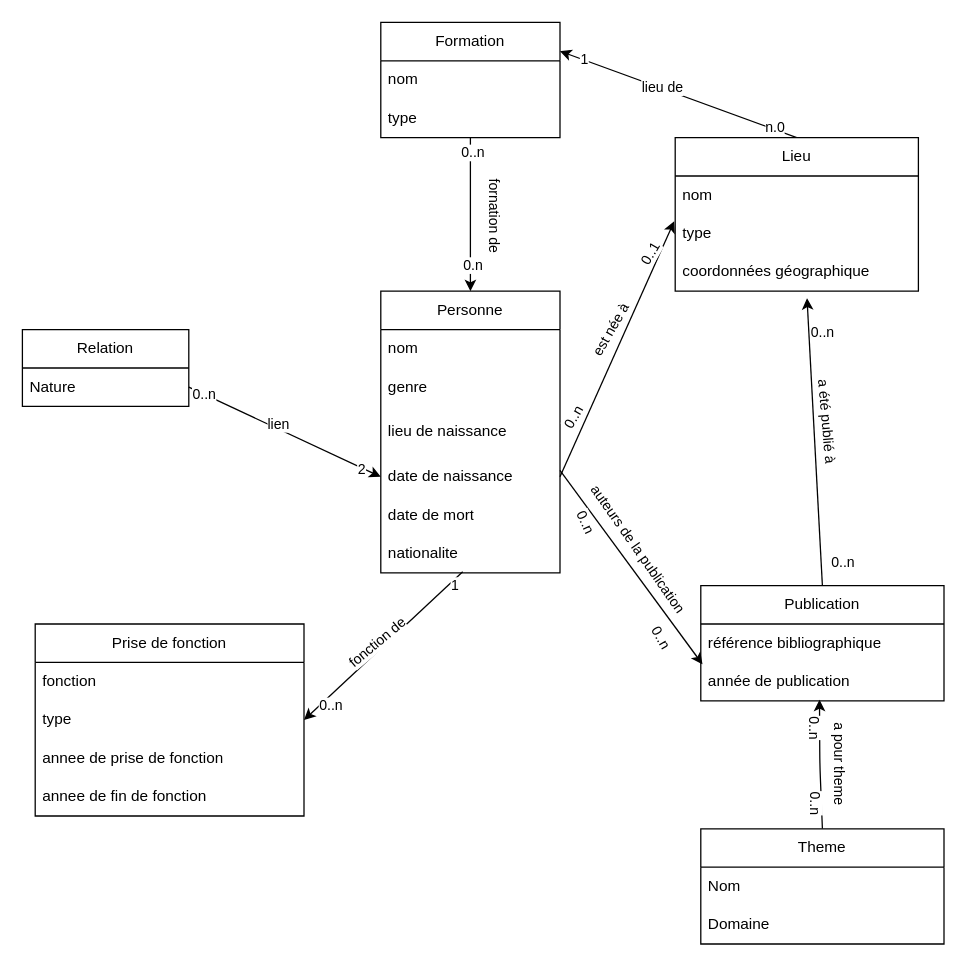
The draw.io diagram archivist.drawio in mroylem/archivist, before the edit. Source tidied: cells renumbered, new cells numbered last; positions are measured from the earlier drawing's top-left corner, leaving out a move shared by most shapes. Both pictures are drawn from the tidied source at 128%, with x=0, y=0 at pixel (22, 22).
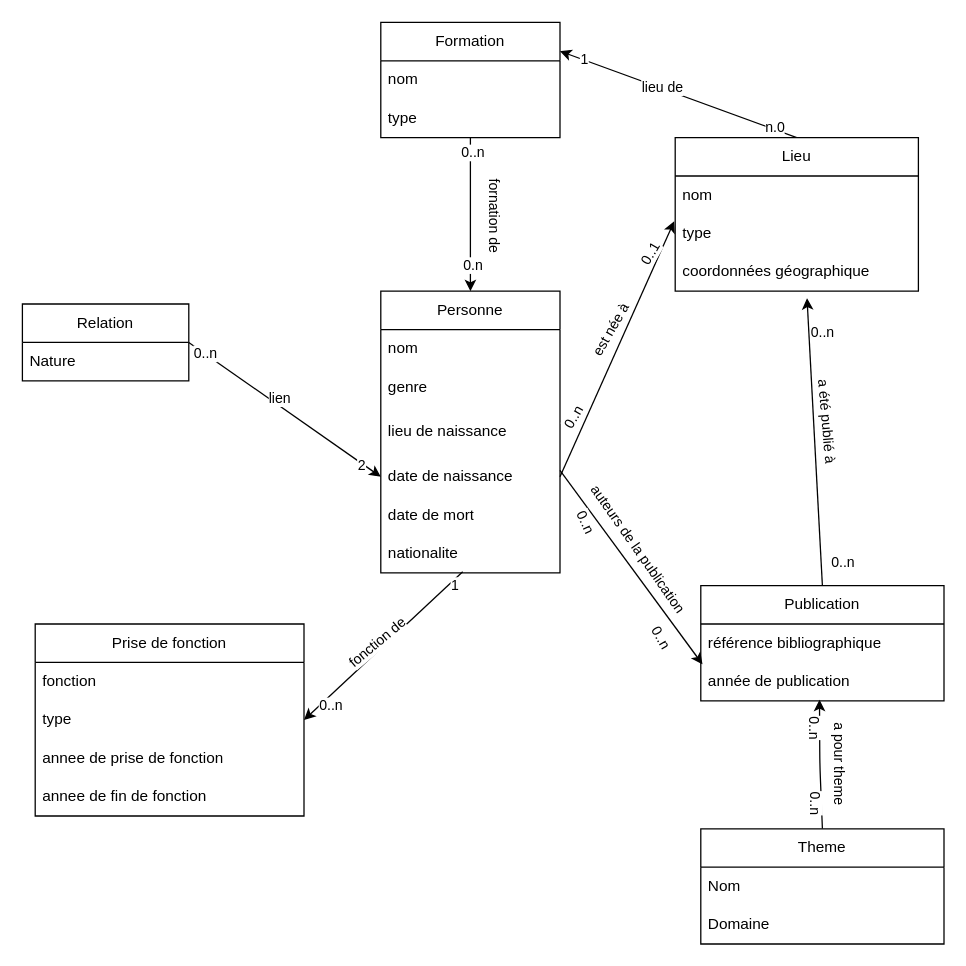
Above is the later version.

Commit message:
mise à jour relation

Unchanged cells that the change refers to:
```xml
<mxCell id="6" value="date de naissance" style="text;strokeColor=none;fillColor=none;align=left;verticalAlign=middle;spacingLeft=4;spacingRight=4;overflow=hidden;points=[[0,0.5],[1,0.5]];portConstraint=eastwest;whiteSpace=wrap;html=1;" parent="2" vertex="1">
  <mxGeometry y="130" width="140" height="30" as="geometry" />
</mxCell>
<mxCell id="10" value="Nature" style="text;strokeColor=none;fillColor=none;align=left;verticalAlign=middle;spacingLeft=4;spacingRight=4;overflow=hidden;points=[[0,0.5],[1,0.5]];portConstraint=eastwest;whiteSpace=wrap;html=1;" parent="9" vertex="1">
  <mxGeometry y="30" width="130" height="30" as="geometry" />
</mxCell>
```

What changed in the source:
```diff
@@
     <mxCell id="9" value="Relation" style="swimlane;fontStyle=0;horizontal=1;startSize=30;whiteSpace=wrap;html=1;" parent="1" vertex="1">
-      <mxGeometry y="240" width="130" height="60" as="geometry" />
+      <mxGeometry y="220" width="130" height="60" as="geometry" />
     </mxCell>
@@
-    <mxCell id="11" style="edgeStyle=none;html=1;exitX=1;exitY=0.5;exitDx=0;exitDy=0;entryX=0;entryY=0.5;entryDx=0;entryDy=0;" parent="1" edge="1" source="10" target="6">
+    <mxCell id="11" style="edgeStyle=none;html=1;exitX=1;exitY=0.5;exitDx=0;exitDy=0;entryX=0;entryY=0.5;entryDx=0;entryDy=0;" parent="1" edge="1" source="9" target="6">
       <mxGeometry relative="1" as="geometry" />
     </mxCell>
```
